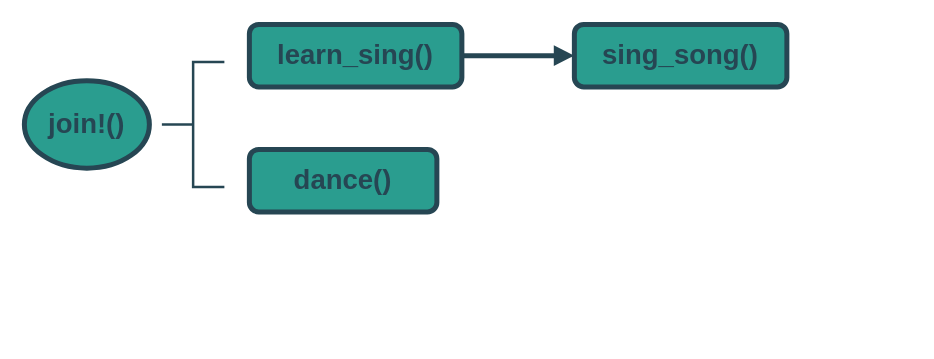
Earlier version of the draw.io diagram src/async/assets/async-dance.drawio (XuShaohua/intro-to-rust). Source tidied: cells renumbered, new cells numbered last; positions are measured from the earlier drawing's top-left corner, leaving out a move shared by most shapes. Both pictures are drawn from the tidied source at 125%, with x=0, y=0 at pixel (24, 24).
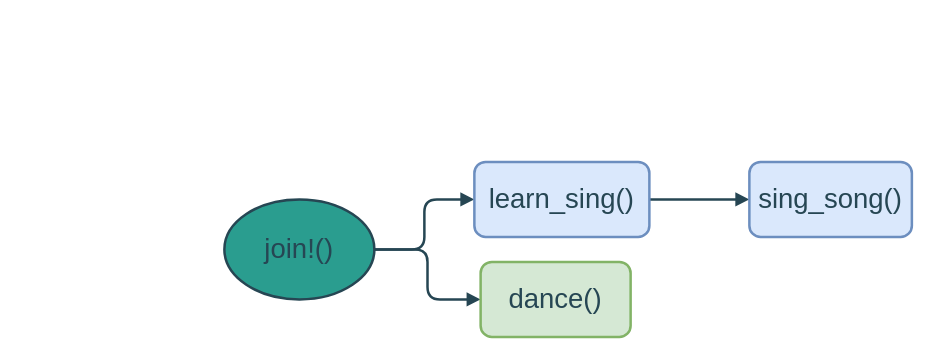
After the change.

Commit message (it also covers changes not shown here):
async: Update async dance image

Diff of the diagram source:
```diff
@@
 <mxGraphModel>
   <root>
     <mxCell id="0" />
     <mxCell id="1" parent="0" />
+    <mxCell id="9" style="edgeStyle=orthogonalEdgeStyle;rounded=1;jettySize=auto;html=1;entryX=0;entryY=0.5;entryDx=0;entryDy=0;shadow=0;strokeColor=#264653;strokeWidth=2;fontFamily=Ubuntu;fontSize=22;fontColor=#264653;fontStyle=0;endArrow=block;endFill=1;fillColor=#264653;" parent="1" edge="1" source="6" target="3">
+      <mxGeometry relative="1" as="geometry" />
+    </mxCell>
+    <mxCell id="10" style="edgeStyle=orthogonalEdgeStyle;rounded=1;jettySize=auto;html=1;entryX=0;entryY=0.5;entryDx=0;entryDy=0;shadow=0;strokeColor=#264653;strokeWidth=2;fontFamily=Ubuntu;fontSize=22;fontColor=#264653;fontStyle=0;endArrow=block;endFill=1;fillColor=#264653;" parent="1" edge="1" source="6" target="4">
+      <mxGeometry relative="1" as="geometry" />
+    </mxCell>
+    <mxCell id="6" value="join!()" style="ellipse;whiteSpace=wrap;html=1;rounded=1;shadow=0;strokeWidth=2;fontFamily=Ubuntu;fontSize=22;fontColor=#264653;fontStyle=0;fillColor=#2A9D8F;strokeColor=#264653;" parent="1" vertex="1">
+      <mxGeometry x="160" y="140" width="120" height="80" as="geometry" />
+    </mxCell>
-    <mxCell id="2" style="edgeStyle=orthogonalEdgeStyle;rounded=1;jettySize=auto;html=1;shadow=0;strokeColor=#264653;strokeWidth=4;fontFamily=Ubuntu;fontSize=28;fontColor=#264653;fontStyle=1;endArrow=block;endFill=1;fillColor=#264653;entryX=0;entryY=0.5;entryDx=0;entryDy=0;" parent="1" edge="1" source="3" target="8">
+    <mxCell id="2" style="edgeStyle=orthogonalEdgeStyle;rounded=1;jettySize=auto;html=1;shadow=0;strokeColor=#264653;strokeWidth=2;fontFamily=Ubuntu;fontSize=22;fontColor=#264653;fontStyle=0;endArrow=block;endFill=1;fillColor=#264653;" parent="1" edge="1" source="3" target="8">
       <mxGeometry relative="1" as="geometry" />
     </mxCell>
-    <mxCell id="3" value="learn_sing()" style="rounded=1;whiteSpace=wrap;html=1;shadow=0;strokeColor=#264653;strokeWidth=4;fontFamily=Ubuntu;fontSize=22;fontColor=#264653;fontStyle=1;fillColor=#2a9d8f;" parent="1" vertex="1">
-      <mxGeometry x="180" width="170" height="50" as="geometry" />
+    <mxCell id="3" value="learn_sing()" style="rounded=1;whiteSpace=wrap;html=1;shadow=0;strokeColor=#6c8ebf;strokeWidth=2;fontFamily=Ubuntu;fontSize=22;fontColor=#264653;fontStyle=0;fillColor=#dae8fc;" parent="1" vertex="1">
+      <mxGeometry x="360" y="110" width="140" height="60" as="geometry" />
     </mxCell>
-    <mxCell id="4" value="dance()" style="rounded=1;whiteSpace=wrap;html=1;shadow=0;strokeColor=#264653;strokeWidth=4;fontFamily=Ubuntu;fontSize=22;fontColor=#264653;fontStyle=1;fillColor=#2a9d8f;" parent="1" vertex="1">
-      <mxGeometry x="180" y="100" width="150" height="50" as="geometry" />
+    <mxCell id="4" value="dance()" style="rounded=1;whiteSpace=wrap;html=1;shadow=0;strokeColor=#82b366;strokeWidth=2;fontFamily=Ubuntu;fontSize=22;fontColor=#264653;fontStyle=0;fillColor=#d5e8d4;" parent="1" vertex="1">
+      <mxGeometry x="365" y="190" width="120" height="60" as="geometry" />
     </mxCell>
-    <mxCell id="5" style="strokeWidth=2;html=1;shape=mxgraph.flowchart.annotation_2;align=left;labelPosition=right;rounded=1;shadow=0;strokeColor=#264653;fontFamily=Ubuntu;fontSize=28;fontColor=#264653;fontStyle=1;fillColor=#2a9d8f;" parent="1" vertex="1">
-      <mxGeometry x="110" y="30" width="50" height="100" as="geometry" />
-    </mxCell>
-    <mxCell id="6" value="join!()" style="ellipse;whiteSpace=wrap;html=1;rounded=1;shadow=0;strokeColor=#264653;strokeWidth=4;fontFamily=Ubuntu;fontSize=22;fontColor=#264653;fontStyle=1;fillColor=#2a9d8f;" parent="1" vertex="1">
-      <mxGeometry y="45" width="100" height="70" as="geometry" />
-    </mxCell>
-    <mxCell id="7" style="edgeStyle=orthogonalEdgeStyle;rounded=1;orthogonalLoop=1;jettySize=auto;html=1;exitX=0.5;exitY=1;exitDx=0;exitDy=0;shadow=0;strokeColor=#264653;strokeWidth=4;fontFamily=Ubuntu;fontSize=28;fontColor=#264653;fontStyle=1;endArrow=block;endFill=1;fillColor=#264653;" parent="1" edge="1">
-      <mxGeometry relative="1" as="geometry">
-        <mxPoint x="555" y="55" as="sourcePoint" />
-        <mxPoint x="555" y="55" as="targetPoint" />
-      </mxGeometry>
-    </mxCell>
-    <mxCell id="8" value="sing_song()" style="rounded=1;whiteSpace=wrap;html=1;shadow=0;strokeColor=#264653;strokeWidth=4;fontFamily=Ubuntu;fontSize=22;fontColor=#264653;fontStyle=1;fillColor=#2a9d8f;" parent="1" vertex="1">
-      <mxGeometry x="440" width="170" height="50" as="geometry" />
+    <mxCell id="8" value="sing_song()" style="rounded=1;whiteSpace=wrap;html=1;shadow=0;strokeColor=#6c8ebf;strokeWidth=2;fontFamily=Ubuntu;fontSize=22;fontColor=#264653;fontStyle=0;fillColor=#dae8fc;" parent="1" vertex="1">
+      <mxGeometry x="580" y="110" width="130" height="60" as="geometry" />
     </mxCell>
   </root>
 </mxGraphModel>
```
